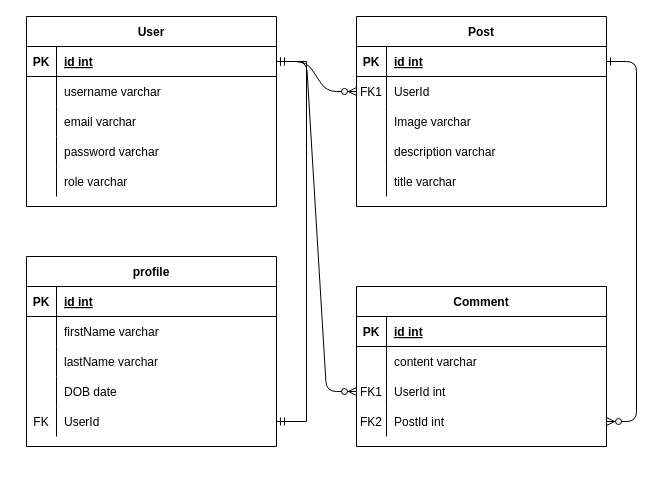
Before: erd.drawio in jonathaanharris/photopedia, a draw.io diagram. Source tidied: cells renumbered, new cells numbered last; positions are measured from the earlier drawing's top-left corner, leaving out a move shared by most shapes. Both pictures are drawn from the tidied source at 100%, with x=0, y=0 at pixel (26, 16).
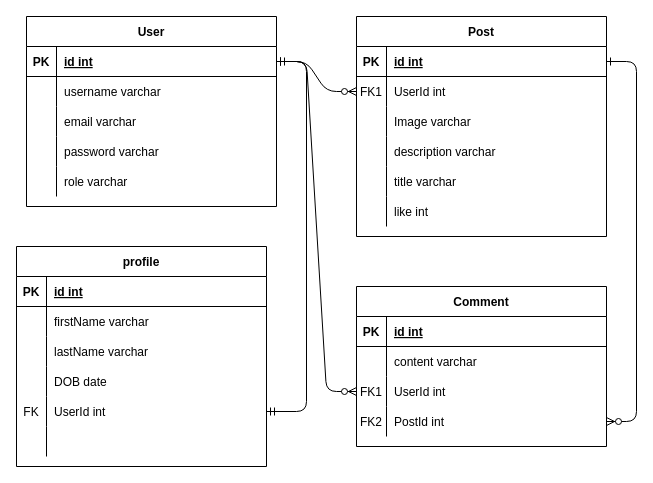
Above is the later version.

Unchanged cells that the change refers to:
```xml
<mxCell id="8" style="shape=partialRectangle;fillColor=none;points=[[0,0.5],[1,0.5]];portConstraint=eastwest;top=0;left=0;right=0;bottom=0;" parent="4" vertex="1">
  <mxGeometry y="60" width="250" height="30" as="geometry" />
</mxCell>
<mxCell id="34" style="shape=partialRectangle;fillColor=none;points=[[0,0.5],[1,0.5]];portConstraint=eastwest;top=0;left=0;right=0;bottom=1;" parent="33" vertex="1">
  <mxGeometry y="30" width="250" height="30" as="geometry" />
</mxCell>
<mxCell id="63" style="shape=partialRectangle;fillColor=none;points=[[0,0.5],[1,0.5]];portConstraint=eastwest;top=0;left=0;right=0;bottom=0;" parent="50" vertex="1">
  <mxGeometry y="150" width="250" height="30" as="geometry" />
</mxCell>
```

Diff of the diagram source:
```diff
@@
     <mxCell id="4" value="Post" style="shape=table;startSize=30;childLayout=tableLayout;rowLines=0;fontStyle=1;align=center;" parent="1" vertex="1">
-      <mxGeometry x="330" width="250" height="190" as="geometry" />
+      <mxGeometry x="330" width="250" height="220" as="geometry" />
     </mxCell>
@@
-    <mxCell id="10" value="UserId" style="shape=partialRectangle;overflow=hidden;fillColor=none;top=0;left=0;bottom=0;right=0;align=left;spacingLeft=6;" parent="8" vertex="1">
+    <mxCell id="10" value="UserId int" style="shape=partialRectangle;overflow=hidden;fillColor=none;top=0;left=0;bottom=0;right=0;align=left;spacingLeft=6;" parent="8" vertex="1">
       <mxGeometry x="30" width="220" height="30" as="geometry" />
     </mxCell>
@@
+    <mxCell id="67" style="shape=partialRectangle;fillColor=none;top=0;left=0;right=0;bottom=0;" parent="4" vertex="1">
+      <mxGeometry y="180" width="250" height="30" as="geometry" />
+    </mxCell>
+    <mxCell id="68" style="shape=partialRectangle;overflow=hidden;fillColor=none;top=0;left=0;bottom=0;right=0;" parent="67" vertex="1">
+      <mxGeometry width="30" height="30" as="geometry" />
+    </mxCell>
+    <mxCell id="69" value="like int" style="shape=partialRectangle;overflow=hidden;fillColor=none;top=0;left=0;bottom=0;right=0;align=left;spacingLeft=6;" parent="67" vertex="1">
+      <mxGeometry x="30" width="220" height="30" as="geometry" />
+    </mxCell>
@@
     <mxCell id="50" value="profile" style="shape=table;startSize=30;childLayout=tableLayout;rowLines=0;fontStyle=1;align=center;" parent="1" vertex="1">
-      <mxGeometry y="240" width="250" height="190" as="geometry" />
+      <mxGeometry x="-10" y="230" width="250" height="220" as="geometry" />
     </mxCell>
@@
-    <mxCell id="65" value="UserId" style="shape=partialRectangle;overflow=hidden;fillColor=none;top=0;left=0;bottom=0;right=0;align=left;spacingLeft=6;" parent="63" vertex="1">
+    <mxCell id="65" value="UserId int" style="shape=partialRectangle;overflow=hidden;fillColor=none;top=0;left=0;bottom=0;right=0;align=left;spacingLeft=6;" parent="63" vertex="1">
       <mxGeometry x="30" width="220" height="30" as="geometry" />
     </mxCell>
+    <mxCell id="70" style="shape=partialRectangle;fillColor=none;top=0;left=0;right=0;bottom=0;" parent="50" vertex="1">
+      <mxGeometry y="180" width="250" height="30" as="geometry" />
+    </mxCell>
+    <mxCell id="71" style="shape=partialRectangle;overflow=hidden;fillColor=none;top=0;left=0;bottom=0;right=0;" parent="70" vertex="1">
+      <mxGeometry width="30" height="30" as="geometry" />
+    </mxCell>
+    <mxCell id="72" style="shape=partialRectangle;overflow=hidden;fillColor=none;top=0;left=0;bottom=0;right=0;align=left;spacingLeft=6;" parent="70" vertex="1">
+      <mxGeometry x="30" width="220" height="30" as="geometry" />
+    </mxCell>
-    <mxCell id="66" style="edgeStyle=entityRelationEdgeStyle;fontSize=12;html=1;endArrow=ERmandOne;startArrow=ERmandOne;rounded=0;" parent="1" edge="1" source="63" target="34">
+    <mxCell id="66" style="edgeStyle=entityRelationEdgeStyle;fontSize=12;html=1;endArrow=ERmandOne;startArrow=ERmandOne;jumpSize=11;rounded=1;" parent="1" edge="1" source="63" target="34">
       <mxGeometry relative="1" as="geometry" />
     </mxCell>
```
